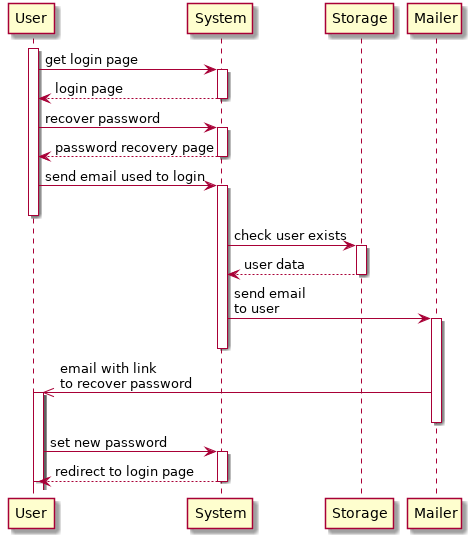
Before: RASD/images/useCases/password_recovery.png, a diagram exported from PlantUML (GiorgioUghini/SafeStreets). The source it was exported from:
```plantuml
@startuml password_recovery
    autoactivate on

    participant User as U
    participant System as S
    participant Storage as ST
    participant Mailer as M

    activate U
    U -> S: get login page
    return login page
    U -> S: recover password
    return password recovery page
    U -> S: send email used to login
    deactivate U
    S -> ST: check user exists
    return user data
    S -> M: send email\nto user
    deactivate S
    M ->> U: email with link\nto recover password
    deactivate M
    activate U
    U -> S: set new password
    return redirect to login page
    deactivate U

@enduml
```
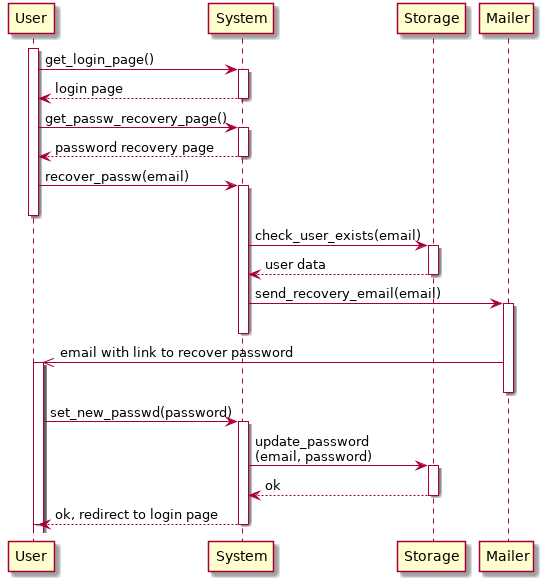
The same diagram one commit later.

Change to the diagram source:
```diff
@@ -7,21 +7,23 @@
     participant Mailer as M
 
     activate U
-    U -> S: get login page
+    U -> S: get_login_page()
     return login page
-    U -> S: recover password
+    U -> S: get_passw_recovery_page()
     return password recovery page
-    U -> S: send email used to login
+    U -> S: recover_passw(email)
     deactivate U
-    S -> ST: check user exists
+    S -> ST: check_user_exists(email)
     return user data
-    S -> M: send email\nto user
+    S -> M: send_recovery_email(email)
     deactivate S
-    M ->> U: email with link\nto recover password
+    M ->> U: email with link to recover password
     deactivate M
     activate U
-    U -> S: set new password
-    return redirect to login page
+    U -> S: set_new_passwd(password)
+    S -> ST: update_password\n(email, password)
+    return ok
+    return ok, redirect to login page
     deactivate U
 
 @enduml
```
